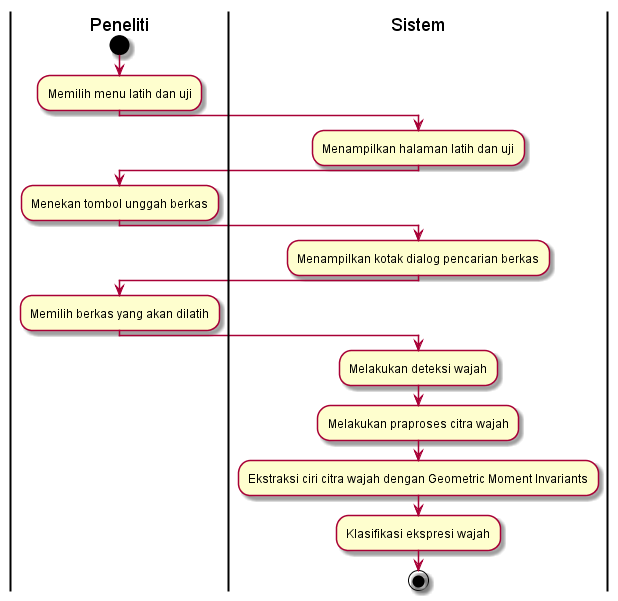
This is diagram/AD_klasifikasi.png from ayulestari10/gmisvm, a PlantUML export, as it was before one commit.
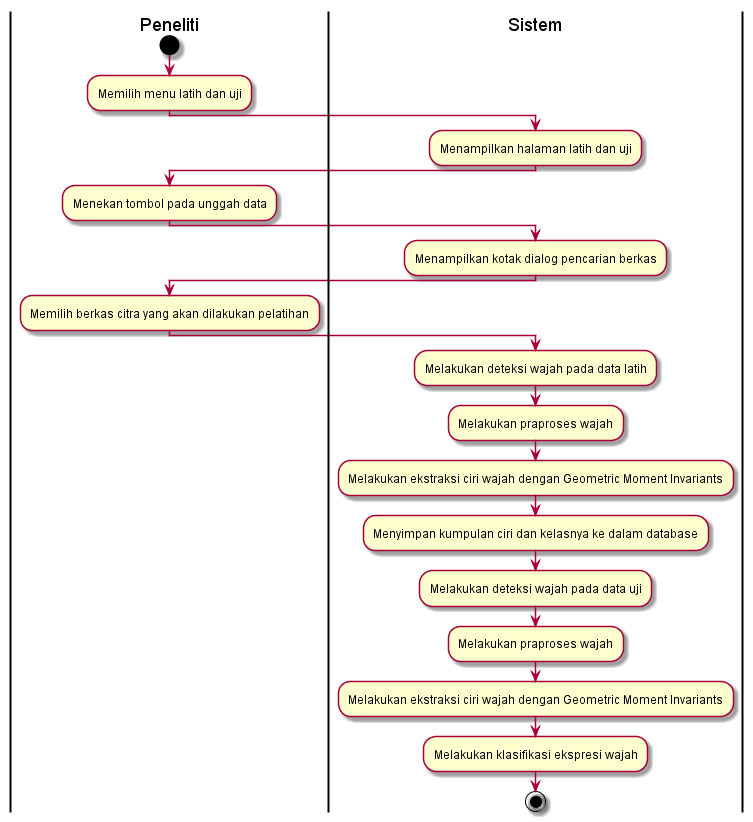
After the commit.

What changed in the source:
```diff
@@ -1,22 +1,32 @@
 @startuml
 | Peneliti |
 start
+
 :Memilih menu latih dan uji;
 | Sistem |
 :Menampilkan halaman latih dan uji;
 | Peneliti |
-:Menekan tombol unggah berkas;
+:Menekan tombol pada unggah data;
 | Sistem |
 :Menampilkan kotak dialog pencarian berkas;
 | Peneliti |
-:Memilih berkas yang akan dilatih;
+:Memilih berkas citra yang akan dilakukan pelatihan;
 | Sistem |
-:Melakukan deteksi wajah;
+:Melakukan deteksi wajah pada data latih;
 | Sistem |
-:Melakukan praproses citra wajah;
+:Melakukan praproses wajah;
 | Sistem |
-:Ekstraksi ciri citra wajah dengan Geometric Moment Invariants;
+:Melakukan ekstraksi ciri wajah dengan Geometric Moment Invariants;
 | Sistem |
-:Klasifikasi ekspresi wajah;
+:Menyimpan kumpulan ciri dan kelasnya ke dalam database;
+| Sistem |
+:Melakukan deteksi wajah pada data uji;
+| Sistem |
+:Melakukan praproses wajah;
+| Sistem |
+:Melakukan ekstraksi ciri wajah dengan Geometric Moment Invariants;
+| Sistem |
+:Melakukan klasifikasi ekspresi wajah;
+
 stop
 @enduml
```
